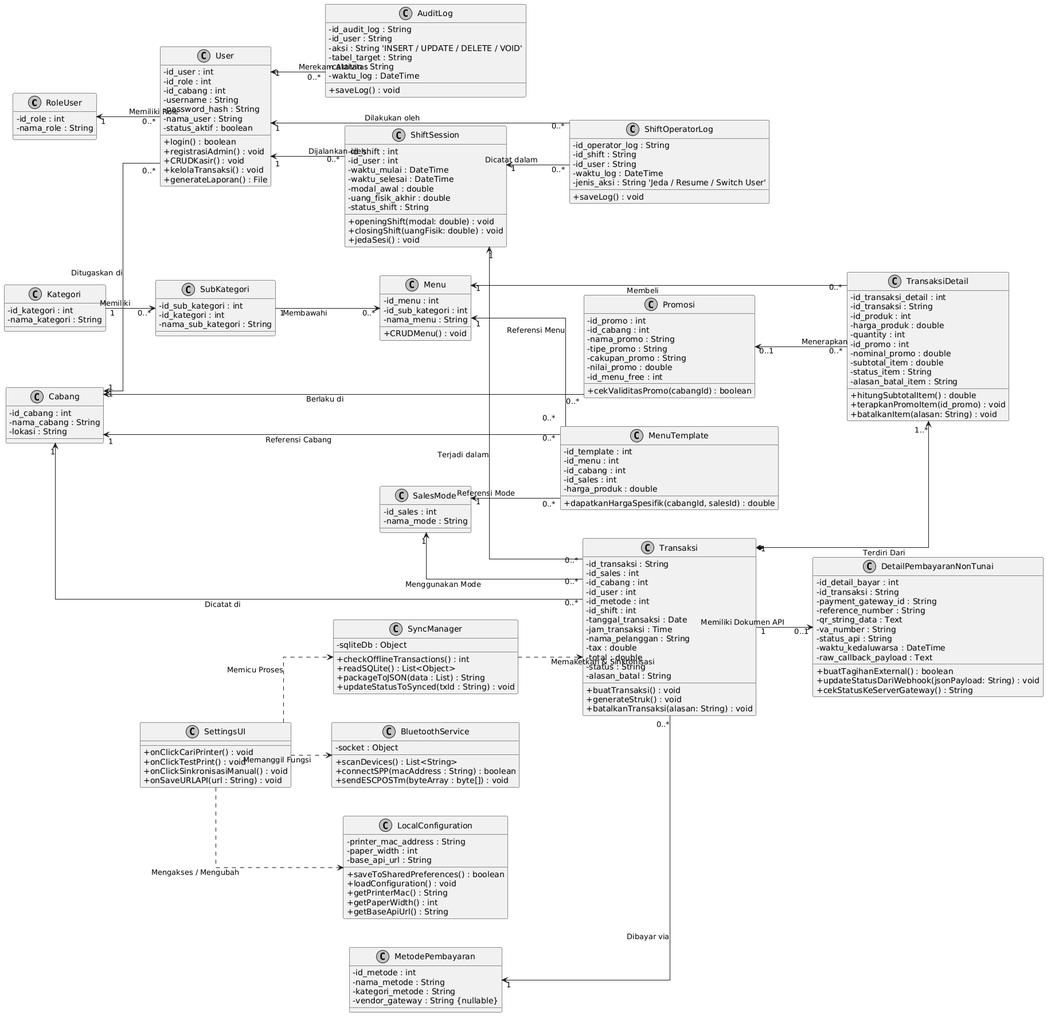
Earlier version of the PlantUML export Dokumen/Class Diagram.png (ikoks/Pengembangan-Aplikasi-Point-Of-Sale-untuk-Event).
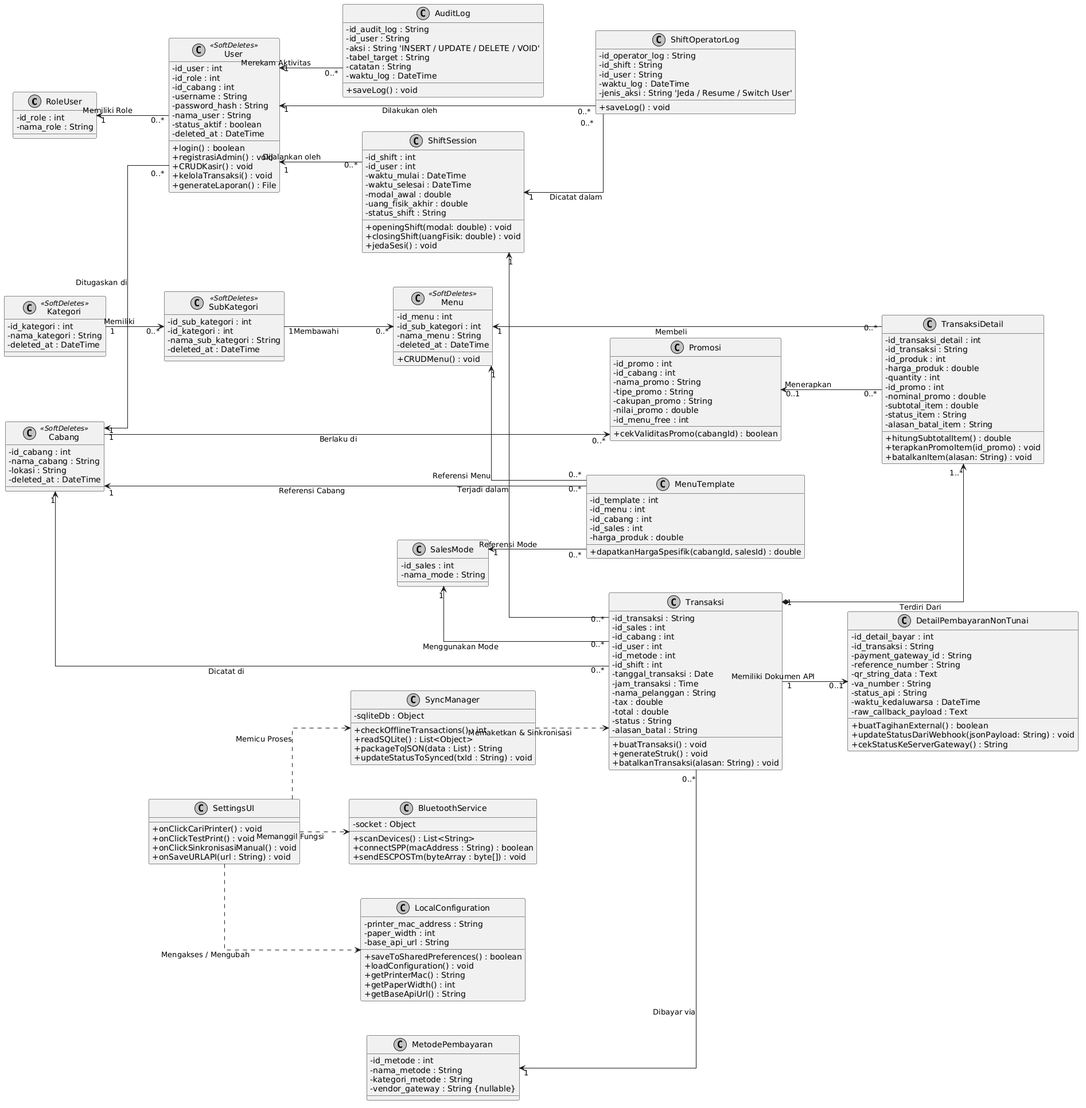
Above is the later version.

Change to the diagram source:
```diff
@@ -3,8 +3,8 @@
 skinparam monochrome true
 skinparam shadowing false
 skinparam linetype ortho
-skinparam nodesep 50
-skinparam ranksep 60
+skinparam nodesep 60
+skinparam ranksep 75
 left to right direction
 
 
@@ -13,7 +13,7 @@
   - nama_role : String
 }
 
-class User {
+class User <<SoftDeletes>> {
   - id_user : int
   - id_role : int
   - id_cabang : int
@@ -21,6 +21,7 @@
   - password_hash : String
   - nama_user : String
   - status_aktif : boolean
+  - deleted_at : DateTime
   + login() : boolean
   + registrasiAdmin() : void
   + CRUDKasir() : void
@@ -28,10 +29,11 @@
   + generateLaporan() : File
 }
 
-class Cabang {
+class Cabang <<SoftDeletes>> {
   - id_cabang : int
   - nama_cabang : String
   - lokasi : String
+  - deleted_at : DateTime
 }
 
 
@@ -55,21 +57,24 @@
 }
 
 
-class Kategori {
+class Kategori <<SoftDeletes>> {
   - id_kategori : int
   - nama_kategori : String
+  - deleted_at : DateTime
 }
 
-class SubKategori {
+class SubKategori <<SoftDeletes>> {
   - id_sub_kategori : int
   - id_kategori : int
   - nama_sub_kategori : String
+  - deleted_at : DateTime
 }
 
-class Menu {
+class Menu <<SoftDeletes>> {
   - id_menu : int
   - id_sub_kategori : int
   - nama_menu : String
+  - deleted_at : DateTime
   + CRUDMenu() : void
 }
 
@@ -207,31 +212,31 @@
 RoleUser "1" <-- "0..*" User : Memiliki Role
 Cabang "1" <-- "0..*" User : Ditugaskan di
 
+User "1" <-- "0..*" AuditLog : Merekam Aktivitas
+User "1" <-- "0..*" ShiftOperatorLog : Dilakukan oleh
 ShiftSession "1" <-- "0..*" ShiftOperatorLog : Dicatat dalam
-User "1" <-- "0..*" ShiftOperatorLog : Dilakukan oleh
-User "1" <-- "0..*" AuditLog : Merekam Aktivitas
 
-Kategori "1" -DOWN-> "0..*" SubKategori : Memiliki
-SubKategori "1" -DOWN-> "0..*" Menu : Membawahi
+Kategori "1" --> "0..*" SubKategori : Memiliki
+SubKategori "1" --> "0..*" Menu : Membawahi
 
 Menu "1" <-- "0..*" MenuTemplate : Referensi Menu
 Cabang "1" <-- "0..*" MenuTemplate : Referensi Cabang
 SalesMode "1" <-- "0..*" MenuTemplate : Referensi Mode
-Cabang "1" <-- "0..*" Promosi : Berlaku di
+Cabang "1" --> "0..*" Promosi : Berlaku di
 
 User "1" <-- "0..*" ShiftSession : Dijalankan oleh
 ShiftSession "1" <-- "0..*" Transaksi : Terjadi dalam
 SalesMode "1" <-- "0..*" Transaksi : Menggunakan Mode
 Cabang "1" <-- "0..*" Transaksi : Dicatat di
 MetodePembayaran "1" <-- "0..*" Transaksi : Dibayar via
-Transaksi "1" -DOWN-> "0..1" DetailPembayaranNonTunai : Memiliki Dokumen API
+Transaksi "1" --> "0..1" DetailPembayaranNonTunai : Memiliki Dokumen API
 
-Transaksi "1" *-DOWN-> "1..*" TransaksiDetail : Terdiri Dari
+Transaksi "1" *--> "1..*" TransaksiDetail : Terdiri Dari
 Menu "1" <-- "0..*" TransaksiDetail : Membeli
 Promosi "0..1" <-- "0..*" TransaksiDetail : Menerapkan
 
-SettingsUI .DOWN.> LocalConfiguration : Mengakses / Mengubah
-SettingsUI .DOWN.> BluetoothService : Memanggil Fungsi
-SettingsUI .DOWN.> SyncManager : Memicu Proses
-SyncManager .DOWN.> Transaksi : Memaketkan & Sinkronisasi
+SettingsUI ..> LocalConfiguration : Mengakses / Mengubah
+SettingsUI ..> BluetoothService : Memanggil Fungsi
+SettingsUI ..> SyncManager : Memicu Proses
+SyncManager ..> Transaksi : Memaketkan & Sinkronisasi
 @enduml
```
